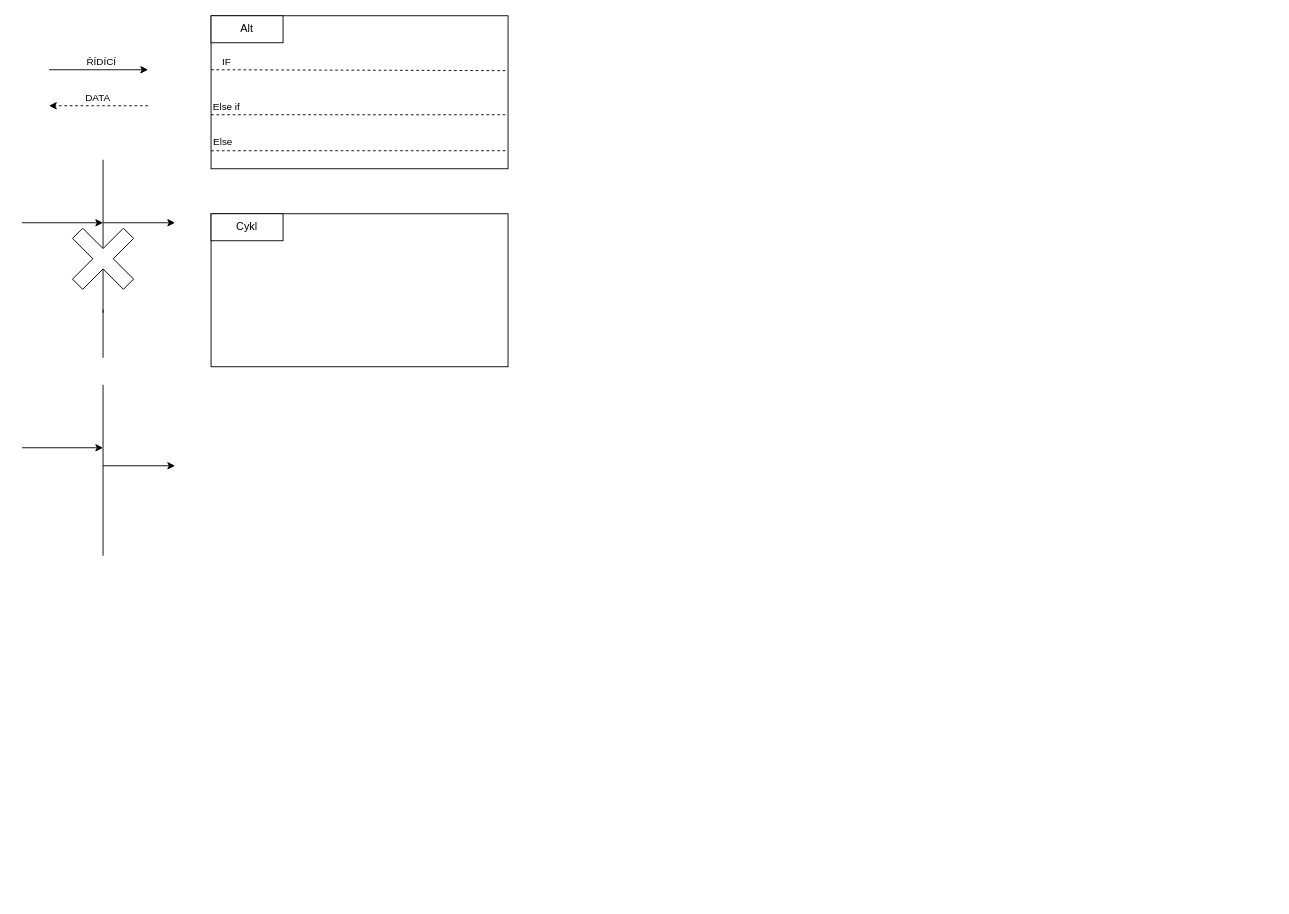
This is page "Sekvenční" (3 of 3) of Diagram.drawio from LPbigFish/SWI-Projekt, a draw.io file, before an edit. Source tidied: cells renumbered, new cells numbered last; positions are measured from the earlier drawing's top-left corner, leaving out a move shared by most shapes. Both pictures are drawn from the tidied source at 90%, with x=0, y=0 at pixel (22, 15).
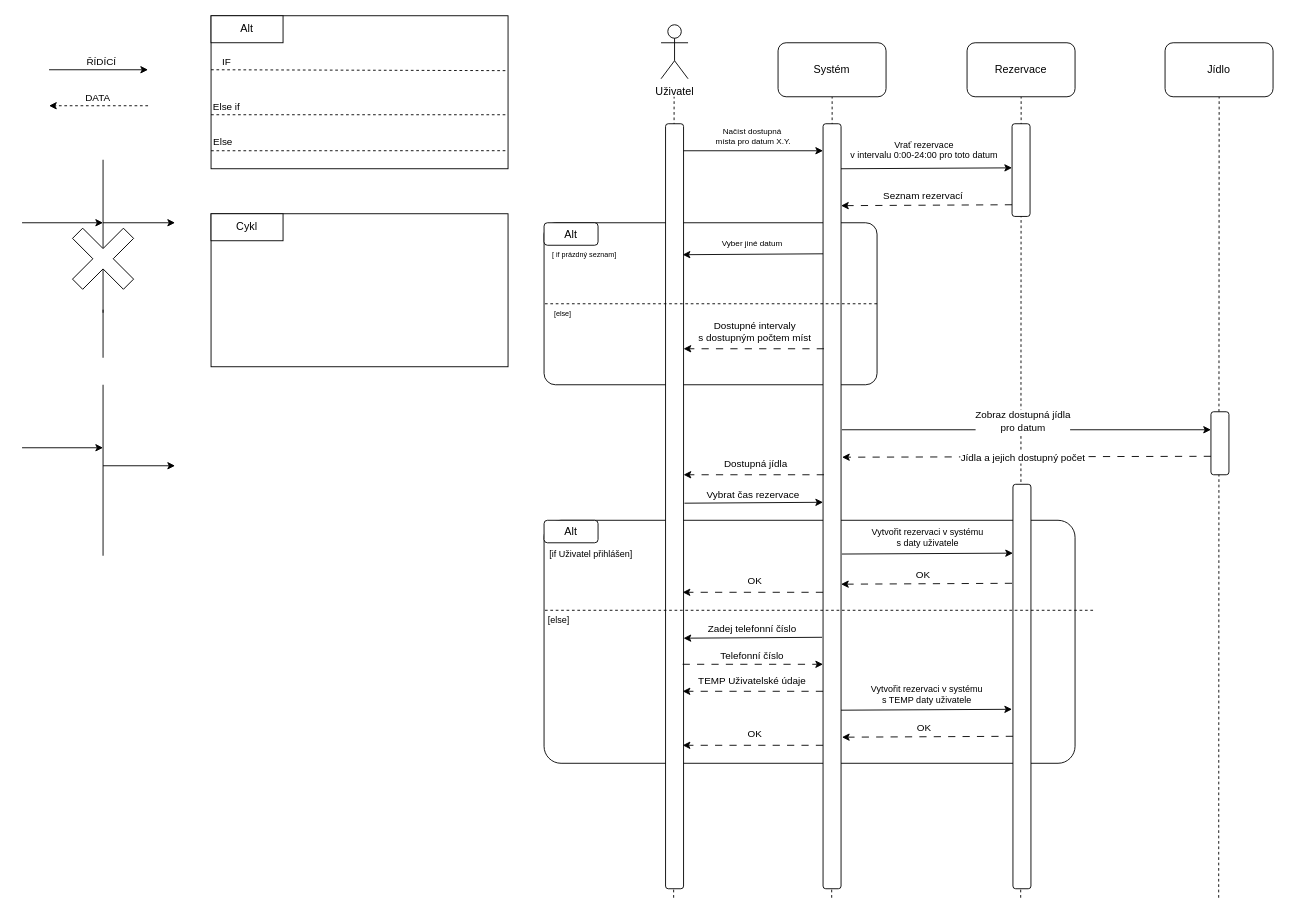
The same diagram, later.

Diff of the diagram source:
```diff
@@
+    <mxCell id="24" style="endArrow=none;dashed=1;html=1;rounded=0;entryX=0.5;entryY=1;entryDx=0;entryDy=0;" parent="1" edge="1">
+      <mxGeometry relative="1" as="geometry">
+        <mxPoint x="899.6" y="980" as="sourcePoint" />
+        <mxPoint x="900.1" y="90" as="targetPoint" />
+      </mxGeometry>
+    </mxCell>
+    <mxCell id="25" style="endArrow=none;dashed=1;html=1;rounded=0;entryX=0.5;entryY=1;entryDx=0;entryDy=0;" parent="1" edge="1">
+      <mxGeometry relative="1" as="geometry">
+        <mxPoint x="1109.6" y="980" as="sourcePoint" />
+        <mxPoint x="1110.1" y="90" as="targetPoint" />
+      </mxGeometry>
+    </mxCell>
+    <mxCell id="26" style="endArrow=none;dashed=1;html=1;rounded=0;entryX=0.5;entryY=1;entryDx=0;entryDy=0;" parent="1" edge="1">
+      <mxGeometry relative="1" as="geometry">
+        <mxPoint x="1329.6" y="980" as="sourcePoint" />
+        <mxPoint x="1330.1" y="90" as="targetPoint" />
+      </mxGeometry>
+    </mxCell>
+    <mxCell id="27" style="rounded=1;whiteSpace=wrap;html=1;arcSize=7;fillColor=none;" parent="1" vertex="1">
+      <mxGeometry x="580" y="560.6" width="590" height="270" as="geometry" />
+    </mxCell>
+    <mxCell id="28" value="Alt" style="rounded=1;whiteSpace=wrap;html=1;" parent="1" vertex="1">
+      <mxGeometry x="580" y="560.6" width="60" height="25" as="geometry" />
+    </mxCell>
+    <mxCell id="29" style="rounded=1;whiteSpace=wrap;html=1;arcSize=7;fillColor=none;" parent="1" vertex="1">
+      <mxGeometry x="580" y="230" width="370" height="180" as="geometry" />
+    </mxCell>
@@
+    <mxCell id="30" value="&lt;div&gt;Uživatel&lt;/div&gt;" style="shape=umlActor;verticalLabelPosition=bottom;verticalAlign=top;html=1;" parent="1" vertex="1">
+      <mxGeometry x="710" y="10" width="30" height="60" as="geometry" />
+    </mxCell>
+    <mxCell id="31" value="Systém" style="rounded=1;whiteSpace=wrap;html=1;" parent="1" vertex="1">
+      <mxGeometry x="840" y="30" width="120" height="60" as="geometry" />
+    </mxCell>
+    <mxCell id="32" value="Rezervace" style="rounded=1;whiteSpace=wrap;html=1;" parent="1" vertex="1">
+      <mxGeometry x="1050" y="30" width="120" height="60" as="geometry" />
+    </mxCell>
+    <mxCell id="33" value="Jídlo" style="rounded=1;whiteSpace=wrap;html=1;" parent="1" vertex="1">
+      <mxGeometry x="1270" y="30" width="120" height="60" as="geometry" />
+    </mxCell>
+    <mxCell id="34" style="endArrow=none;dashed=1;html=1;rounded=0;entryX=0.5;entryY=1;entryDx=0;entryDy=0;" parent="1" edge="1">
+      <mxGeometry relative="1" as="geometry">
+        <mxPoint x="724" y="980" as="sourcePoint" />
+        <mxPoint x="724.5" y="90" as="targetPoint" />
+      </mxGeometry>
+    </mxCell>
+    <mxCell id="35" style="rounded=1;whiteSpace=wrap;html=1;" parent="1" vertex="1">
+      <mxGeometry x="890" y="120" width="20" height="850" as="geometry" />
+    </mxCell>
+    <mxCell id="36" style="rounded=1;whiteSpace=wrap;html=1;" parent="1" vertex="1">
+      <mxGeometry x="1100" y="120" width="20" height="103" as="geometry" />
+    </mxCell>
+    <mxCell id="37" style="rounded=1;whiteSpace=wrap;html=1;" parent="1" vertex="1">
+      <mxGeometry x="715" y="120" width="20" height="850" as="geometry" />
+    </mxCell>
+    <mxCell id="38" style="rounded=1;whiteSpace=wrap;html=1;" parent="1" vertex="1">
+      <mxGeometry x="1321" y="440" width="20" height="70" as="geometry" />
+    </mxCell>
+    <mxCell id="39" style="endArrow=classic;html=1;rounded=0;" parent="1" edge="1">
+      <mxGeometry relative="1" as="geometry">
+        <mxPoint x="735" y="150" as="sourcePoint" />
+        <mxPoint x="890" y="150" as="targetPoint" />
+      </mxGeometry>
+    </mxCell>
+    <mxCell id="40" value="&lt;span&gt;Načíst dostupná&lt;/span&gt;&lt;div&gt;&lt;span&gt;&amp;nbsp;místa pro datum X.Y.&lt;/span&gt;&lt;/div&gt;" style="edgeLabel;html=1;align=center;verticalAlign=middle;fontSize=9;" parent="39" vertex="1">
+      <mxGeometry x="-0.02" y="2" relative="1" as="geometry">
+        <mxPoint x="-1" y="-15" as="offset" />
+      </mxGeometry>
+    </mxCell>
+    <mxCell id="41" style="endArrow=classic;html=1;rounded=0;" parent="1" edge="1">
+      <mxGeometry relative="1" as="geometry">
+        <mxPoint x="910" y="170" as="sourcePoint" />
+        <mxPoint x="1100" y="169" as="targetPoint" />
+      </mxGeometry>
+    </mxCell>
+    <mxCell id="42" value="Vrať rezervace&lt;div&gt;v intervalu 0:00-24:00 pro toto datum&lt;/div&gt;" style="edgeLabel;html=1;align=center;verticalAlign=middle;fontSize=10;" parent="41" vertex="1">
+      <mxGeometry x="-0.07" y="-1" relative="1" as="geometry">
+        <mxPoint x="3" y="-22" as="offset" />
+      </mxGeometry>
+    </mxCell>
+    <mxCell id="43" style="endArrow=classic;html=1;rounded=0;dashed=1;strokeWidth=1;dashPattern=8 8;" parent="1" edge="1">
+      <mxGeometry relative="1" as="geometry">
+        <mxPoint x="1100" y="210" as="sourcePoint" />
+        <mxPoint x="910" y="211" as="targetPoint" />
+      </mxGeometry>
+    </mxCell>
+    <mxCell id="44" value="Seznam rezervací" style="edgeLabel;html=1;align=center;verticalAlign=middle;" parent="43" vertex="1">
+      <mxGeometry x="0.04" y="-1" relative="1" as="geometry">
+        <mxPoint y="-10" as="offset" />
+      </mxGeometry>
+    </mxCell>
+    <mxCell id="45" style="endArrow=classic;html=1;rounded=0;dashed=1;strokeWidth=1;dashPattern=8 8;" parent="1" edge="1">
+      <mxGeometry relative="1" as="geometry">
+        <mxPoint x="891" y="370" as="sourcePoint" />
+        <mxPoint x="735" y="370" as="targetPoint" />
+      </mxGeometry>
+    </mxCell>
+    <mxCell id="46" value="Dostupné intervaly&lt;div&gt;s dostupným počtem míst&lt;/div&gt;" style="edgeLabel;html=1;align=center;verticalAlign=middle;" parent="45" vertex="1">
+      <mxGeometry x="0.04" y="-1" relative="1" as="geometry">
+        <mxPoint x="3" y="-19" as="offset" />
+      </mxGeometry>
+    </mxCell>
+    <mxCell id="47" style="endArrow=classic;html=1;rounded=0;exitX=1;exitY=0.25;exitDx=0;exitDy=0;" parent="1" edge="1">
+      <mxGeometry relative="1" as="geometry">
+        <mxPoint x="911" y="460" as="sourcePoint" />
+        <mxPoint x="1321" y="460" as="targetPoint" />
+      </mxGeometry>
+    </mxCell>
+    <mxCell id="48" value="Zobraz dostupná jídla&lt;div&gt;pro datum&lt;/div&gt;" style="edgeLabel;html=1;align=center;verticalAlign=middle;" parent="47" vertex="1">
+      <mxGeometry x="0.04" y="1" relative="1" as="geometry">
+        <mxPoint x="-13" y="-9" as="offset" />
+      </mxGeometry>
+    </mxCell>
+    <mxCell id="49" style="endArrow=classic;html=1;rounded=0;dashed=1;strokeWidth=1;dashPattern=8 8;exitX=-0.006;exitY=0.799;exitDx=0;exitDy=0;exitPerimeter=0;" parent="1" edge="1">
+      <mxGeometry relative="1" as="geometry">
+        <mxPoint x="1321" y="489.5" as="sourcePoint" />
+        <mxPoint x="911.1" y="490.5" as="targetPoint" />
+      </mxGeometry>
+    </mxCell>
+    <mxCell id="50" value="Jídla a jejich dostupný počet" style="edgeLabel;html=1;align=center;verticalAlign=middle;" parent="49" vertex="1">
+      <mxGeometry x="0.04" y="-1" relative="1" as="geometry">
+        <mxPoint x="4" y="1" as="offset" />
+      </mxGeometry>
+    </mxCell>
+    <mxCell id="51" style="endArrow=classic;html=1;rounded=0;dashed=1;strokeWidth=1;dashPattern=8 8;" parent="1" edge="1">
+      <mxGeometry relative="1" as="geometry">
+        <mxPoint x="891" y="510" as="sourcePoint" />
+        <mxPoint x="735" y="510" as="targetPoint" />
+      </mxGeometry>
+    </mxCell>
+    <mxCell id="52" value="Dostupná jídla" style="edgeLabel;html=1;align=center;verticalAlign=middle;" parent="51" vertex="1">
+      <mxGeometry x="0.04" y="-1" relative="1" as="geometry">
+        <mxPoint x="4" y="-12" as="offset" />
+      </mxGeometry>
+    </mxCell>
+    <mxCell id="53" style="rounded=1;whiteSpace=wrap;html=1;" parent="1" vertex="1">
+      <mxGeometry x="1101" y="520.6" width="20" height="449.4" as="geometry" />
+    </mxCell>
+    <mxCell id="54" style="endArrow=classic;html=1;rounded=0;entryX=0.045;entryY=0.043;entryDx=0;entryDy=0;entryPerimeter=0;" parent="1" edge="1">
+      <mxGeometry relative="1" as="geometry">
+        <mxPoint x="890" y="264.5" as="sourcePoint" />
+        <mxPoint x="734" y="265.5" as="targetPoint" />
+      </mxGeometry>
+    </mxCell>
+    <mxCell id="55" value="Vyber jiné datum" style="edgeLabel;html=1;align=center;verticalAlign=middle;fontSize=9;" parent="54" vertex="1">
+      <mxGeometry x="-0.02" y="2" relative="1" as="geometry">
+        <mxPoint x="-4" y="-14" as="offset" />
+      </mxGeometry>
+    </mxCell>
+    <mxCell id="56" value="Alt" style="rounded=1;whiteSpace=wrap;html=1;" parent="1" vertex="1">
+      <mxGeometry x="580" y="230" width="60" height="25" as="geometry" />
+    </mxCell>
+    <mxCell id="57" style="endArrow=none;dashed=1;html=1;rounded=0;exitX=1;exitY=0.5;exitDx=0;exitDy=0;entryX=0;entryY=0.5;entryDx=0;entryDy=0;" parent="1" edge="1" source="29" target="29">
+      <mxGeometry relative="1" as="geometry" />
+    </mxCell>
+    <mxCell id="58" value="&lt;font style=&quot;font-size: 8px;&quot;&gt;[ if prázdný seznam]&lt;/font&gt;" style="text;html=1;align=center;verticalAlign=middle;whiteSpace=wrap;rounded=0;" parent="1" vertex="1">
+      <mxGeometry x="580" y="255" width="90" height="20" as="geometry" />
+    </mxCell>
+    <mxCell id="59" value="&lt;font style=&quot;font-size: 8px;&quot;&gt;[else]&lt;/font&gt;" style="text;html=1;align=center;verticalAlign=middle;whiteSpace=wrap;rounded=0;" parent="1" vertex="1">
+      <mxGeometry x="580" y="320" width="42" height="20" as="geometry" />
+    </mxCell>
+    <mxCell id="60" style="endArrow=classic;html=1;rounded=0;" parent="1" edge="1">
+      <mxGeometry relative="1" as="geometry">
+        <mxPoint x="736" y="541.6" as="sourcePoint" />
+        <mxPoint x="890" y="540.6" as="targetPoint" />
+      </mxGeometry>
+    </mxCell>
+    <mxCell id="61" value="Vybrat čas rezervace" style="edgeLabel;html=1;align=center;verticalAlign=middle;" parent="60" vertex="1">
+      <mxGeometry x="-0.25" relative="1" as="geometry">
+        <mxPoint x="18" y="-10" as="offset" />
+      </mxGeometry>
+    </mxCell>
+    <mxCell id="62" style="endArrow=classic;html=1;rounded=0;" parent="1" edge="1">
+      <mxGeometry relative="1" as="geometry">
+        <mxPoint x="911" y="598.1" as="sourcePoint" />
+        <mxPoint x="1101" y="597.1" as="targetPoint" />
+      </mxGeometry>
+    </mxCell>
+    <mxCell id="63" value="Vytvořit rezervaci v systému&lt;br&gt;s daty uživatele" style="edgeLabel;html=1;align=center;verticalAlign=middle;fontSize=10;" parent="62" vertex="1">
+      <mxGeometry x="-0.07" y="-1" relative="1" as="geometry">
+        <mxPoint x="6" y="-19" as="offset" />
+      </mxGeometry>
+    </mxCell>
+    <mxCell id="64" value="&lt;font style=&quot;font-size: 10px;&quot;&gt;[if Uživatel přihlášen]&lt;/font&gt;" style="text;html=1;align=center;verticalAlign=middle;strokeColor=none;fillColor=none;" parent="1" vertex="1">
+      <mxGeometry x="572" y="582.6" width="120" height="30" as="geometry" />
+    </mxCell>
+    <mxCell id="65" style="endArrow=none;dashed=1;html=1;rounded=0;entryX=0;entryY=0.5;entryDx=0;entryDy=0;" parent="1" edge="1">
+      <mxGeometry relative="1" as="geometry">
+        <mxPoint x="1190" y="660.6" as="sourcePoint" />
+        <mxPoint x="580" y="660.6" as="targetPoint" />
+      </mxGeometry>
+    </mxCell>
+    <mxCell id="66" style="endArrow=classic;html=1;rounded=0;dashed=1;strokeWidth=1;dashPattern=8 8;" parent="1" edge="1">
+      <mxGeometry relative="1" as="geometry">
+        <mxPoint x="1100" y="630.6" as="sourcePoint" />
+        <mxPoint x="910" y="631.6" as="targetPoint" />
+      </mxGeometry>
+    </mxCell>
+    <mxCell id="67" value="OK" style="edgeLabel;html=1;align=center;verticalAlign=middle;" parent="66" vertex="1">
+      <mxGeometry x="0.04" y="-1" relative="1" as="geometry">
+        <mxPoint y="-10" as="offset" />
+      </mxGeometry>
+    </mxCell>
+    <mxCell id="68" style="endArrow=classic;html=1;rounded=0;dashed=1;strokeWidth=1;dashPattern=8 8;" parent="1" edge="1">
+      <mxGeometry relative="1" as="geometry">
+        <mxPoint x="890" y="640.6" as="sourcePoint" />
+        <mxPoint x="734" y="640.6" as="targetPoint" />
+      </mxGeometry>
+    </mxCell>
+    <mxCell id="69" value="OK" style="edgeLabel;html=1;align=center;verticalAlign=middle;" parent="68" vertex="1">
+      <mxGeometry x="0.04" y="-1" relative="1" as="geometry">
+        <mxPoint x="4" y="-12" as="offset" />
+      </mxGeometry>
+    </mxCell>
+    <mxCell id="70" value="&lt;font style=&quot;font-size: 10px;&quot;&gt;[else]&lt;/font&gt;" style="text;html=1;align=center;verticalAlign=middle;strokeColor=none;fillColor=none;" parent="1" vertex="1">
+      <mxGeometry x="571" y="655.6" width="50" height="30" as="geometry" />
+    </mxCell>
+    <mxCell id="71" style="endArrow=classic;html=1;rounded=0;" parent="1" edge="1">
+      <mxGeometry relative="1" as="geometry">
+        <mxPoint x="889" y="690.6" as="sourcePoint" />
+        <mxPoint x="735" y="691.6" as="targetPoint" />
+      </mxGeometry>
+    </mxCell>
+    <mxCell id="72" value="Zadej telefonní číslo" style="edgeLabel;html=1;align=center;verticalAlign=middle;" parent="71" vertex="1">
+      <mxGeometry x="-0.25" relative="1" as="geometry">
+        <mxPoint x="-21" y="-10" as="offset" />
+      </mxGeometry>
+    </mxCell>
+    <mxCell id="73" style="endArrow=classic;html=1;rounded=0;dashed=1;strokeWidth=1;dashPattern=8 8;" parent="1" edge="1">
+      <mxGeometry relative="1" as="geometry">
+        <mxPoint x="734" y="720.6" as="sourcePoint" />
+        <mxPoint x="890" y="720.6" as="targetPoint" />
+      </mxGeometry>
+    </mxCell>
+    <mxCell id="74" value="Telefonní číslo" style="edgeLabel;html=1;align=center;verticalAlign=middle;" parent="73" vertex="1">
+      <mxGeometry x="0.04" y="-1" relative="1" as="geometry">
+        <mxPoint x="-5" y="-11" as="offset" />
+      </mxGeometry>
+    </mxCell>
+    <mxCell id="75" style="endArrow=classic;html=1;rounded=0;dashed=1;strokeWidth=1;dashPattern=8 8;" parent="1" edge="1">
+      <mxGeometry relative="1" as="geometry">
+        <mxPoint x="890" y="750.6" as="sourcePoint" />
+        <mxPoint x="734" y="750.6" as="targetPoint" />
+      </mxGeometry>
+    </mxCell>
+    <mxCell id="76" value="TEMP Uživatelské údaje" style="edgeLabel;html=1;align=center;verticalAlign=middle;" parent="75" vertex="1">
+      <mxGeometry x="0.04" y="-1" relative="1" as="geometry">
+        <mxPoint x="1" y="-11" as="offset" />
+      </mxGeometry>
+    </mxCell>
+    <mxCell id="77" style="endArrow=classic;html=1;rounded=0;" parent="1" edge="1">
+      <mxGeometry relative="1" as="geometry">
+        <mxPoint x="910" y="771.6" as="sourcePoint" />
+        <mxPoint x="1100" y="770.6" as="targetPoint" />
+      </mxGeometry>
+    </mxCell>
+    <mxCell id="78" value="Vytvořit rezervaci v systému&lt;br&gt;s TEMP daty uživatele" style="edgeLabel;html=1;align=center;verticalAlign=middle;fontSize=10;" parent="77" vertex="1">
+      <mxGeometry x="-0.07" y="-1" relative="1" as="geometry">
+        <mxPoint x="6" y="-19" as="offset" />
+      </mxGeometry>
+    </mxCell>
+    <mxCell id="79" style="endArrow=classic;html=1;rounded=0;dashed=1;strokeWidth=1;dashPattern=8 8;" parent="1" edge="1">
+      <mxGeometry relative="1" as="geometry">
+        <mxPoint x="1101" y="800.6" as="sourcePoint" />
+        <mxPoint x="911" y="801.6" as="targetPoint" />
+      </mxGeometry>
+    </mxCell>
+    <mxCell id="80" value="OK" style="edgeLabel;html=1;align=center;verticalAlign=middle;" parent="79" vertex="1">
+      <mxGeometry x="0.04" y="-1" relative="1" as="geometry">
+        <mxPoint y="-10" as="offset" />
+      </mxGeometry>
+    </mxCell>
+    <mxCell id="81" style="endArrow=classic;html=1;rounded=0;dashed=1;strokeWidth=1;dashPattern=8 8;" parent="1" edge="1">
+      <mxGeometry relative="1" as="geometry">
+        <mxPoint x="890" y="810.6" as="sourcePoint" />
+        <mxPoint x="734" y="810.6" as="targetPoint" />
+      </mxGeometry>
+    </mxCell>
+    <mxCell id="82" value="OK" style="edgeLabel;html=1;align=center;verticalAlign=middle;" parent="81" vertex="1">
+      <mxGeometry x="0.04" y="-1" relative="1" as="geometry">
+        <mxPoint x="4" y="-12" as="offset" />
+      </mxGeometry>
+    </mxCell>
```
